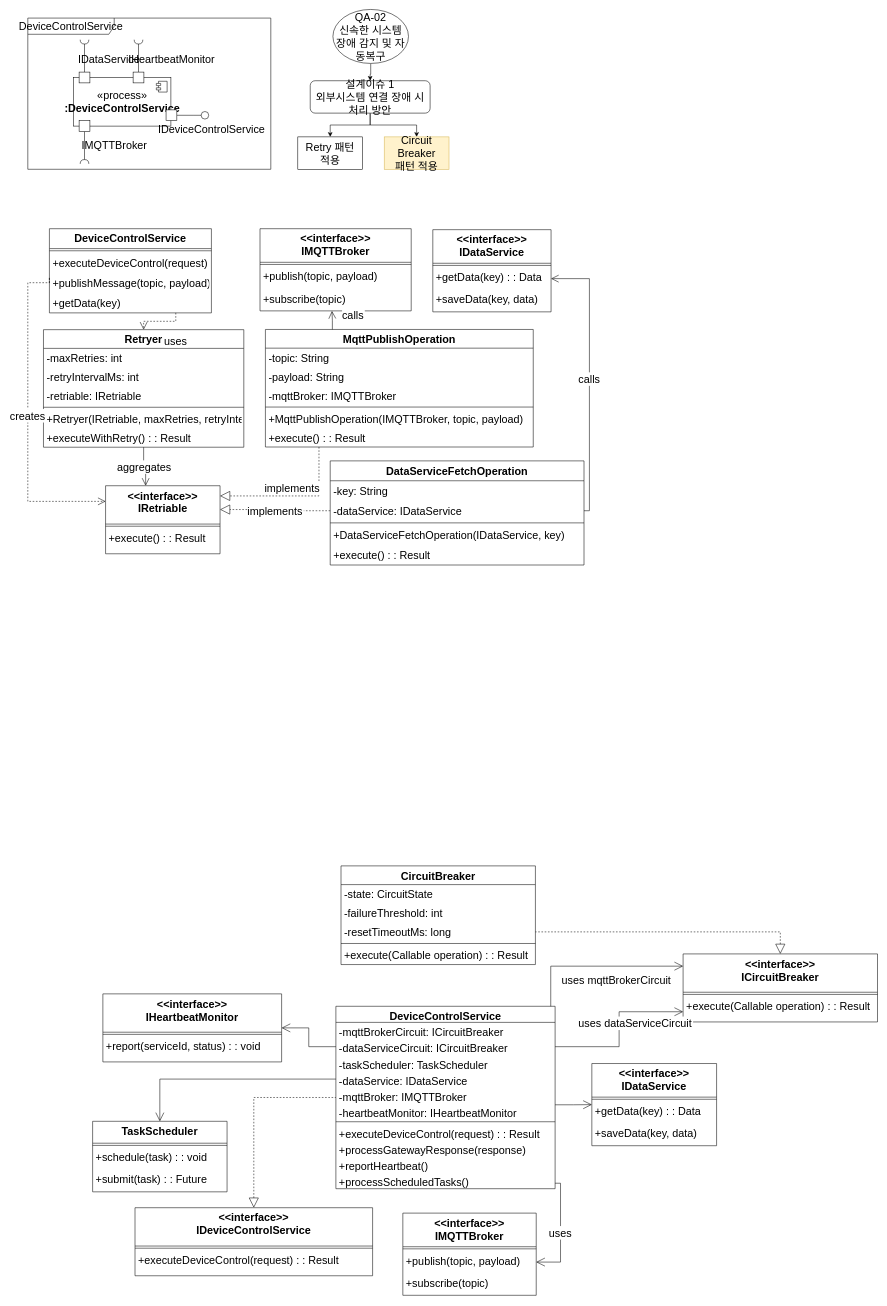
GeniusHoon/AssociateArchitect keeps this draw.io diagram as page "DeviceControlService" (3 of 5) of DetailedComponentDesign.drawio. Above is the earlier version. Source tidied: cells renumbered, new cells numbered last; positions are measured from the earlier drawing's top-left corner, leaving out a move shared by most shapes. Both pictures are drawn from the tidied source at 54%, with x=0, y=0 at pixel (28, 9).
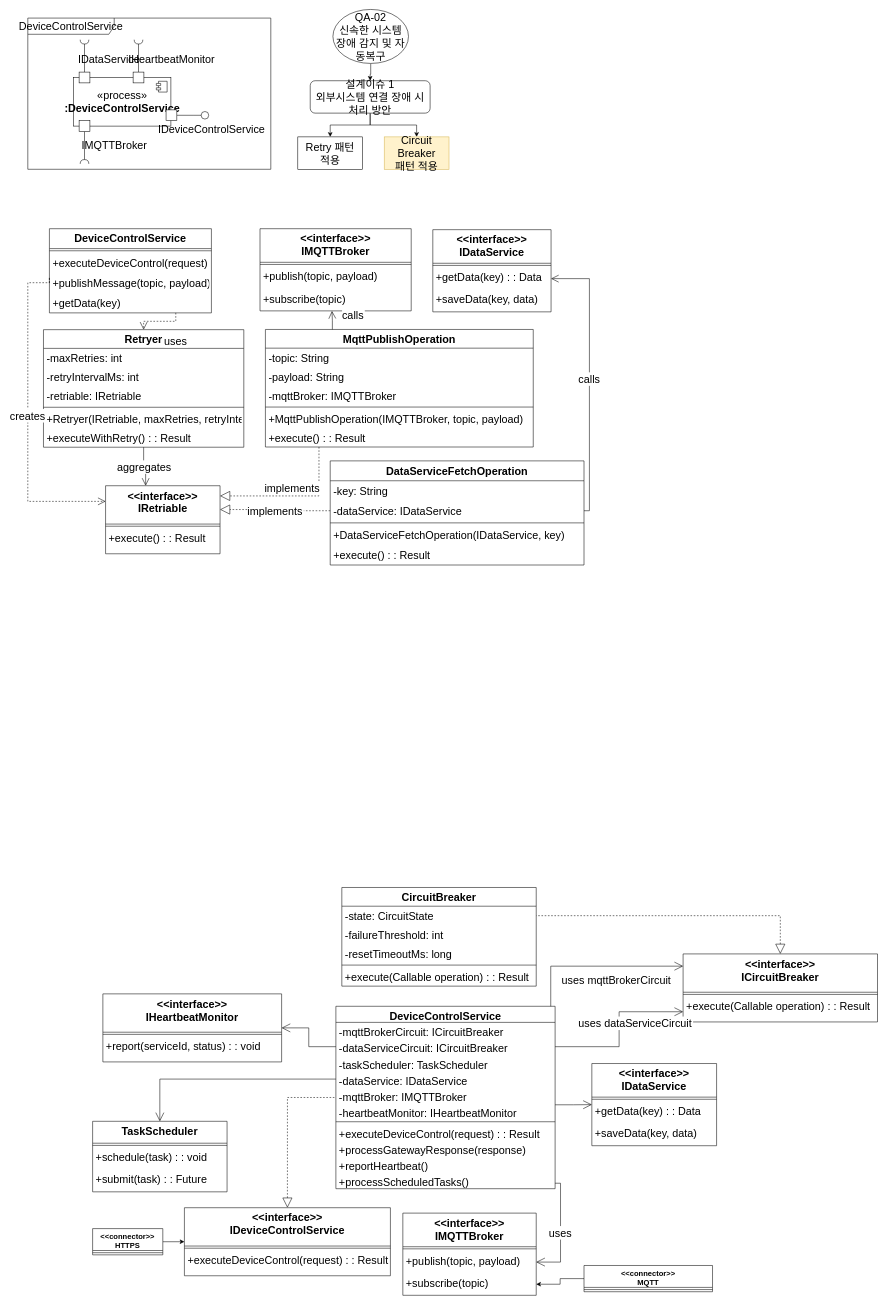
The same page after the edit.

Unchanged cells that the change refers to:
```xml
<mxCell id="88" value="-state: CircuitState" style="text;strokeColor=none;fillColor=none;align=left;verticalAlign=top;spacingLeft=4;spacingRight=4;overflow=hidden;points=[[0,0.5],[1,0.5]];portConstraint=eastwest;fontSize=20;" parent="87" vertex="1">
  <mxGeometry y="34.7" width="360" height="35" as="geometry" />
</mxCell>
<mxCell id="90" value="-resetTimeoutMs: long" style="text;strokeColor=none;fillColor=none;align=left;verticalAlign=top;spacingLeft=4;spacingRight=4;overflow=hidden;points=[[0,0.5],[1,0.5]];portConstraint=eastwest;fontSize=20;" parent="87" vertex="1">
  <mxGeometry y="104.7" width="360" height="35" as="geometry" />
</mxCell>
<mxCell id="96" value="&lt;&lt;interface&gt;&gt;&#10;ICircuitBreaker" style="swimlane;fontStyle=1;align=center;verticalAlign=top;horizontal=1;startSize=70.98722076416016;fontSize=20;" parent="1" vertex="1">
  <mxGeometry x="1213.5" y="1749" width="360" height="126" as="geometry" />
</mxCell>
<mxCell id="106" value="+subscribe(topic)" style="text;strokeColor=none;fillColor=none;align=left;verticalAlign=top;spacingLeft=4;spacingRight=4;overflow=hidden;points=[[0,0.5],[1,0.5]];portConstraint=eastwest;fontSize=20;" parent="103" vertex="1">
  <mxGeometry y="111.2" width="247" height="41" as="geometry" />
</mxCell>
```

What changed in the source:
```diff
@@
     <mxCell id="87" value="CircuitBreaker" style="swimlane;fontStyle=1;align=center;verticalAlign=top;horizontal=1;startSize=34.65814208984375;fontSize=20;" parent="1" vertex="1">
-      <mxGeometry x="580" y="1586" width="360" height="182.7" as="geometry" />
+      <mxGeometry x="581.5" y="1626" width="360" height="182.7" as="geometry" />
     </mxCell>
@@
     <mxCell id="93" value="&lt;&lt;interface&gt;&gt;&#10;IDeviceControlService" style="swimlane;fontStyle=1;align=center;verticalAlign=top;horizontal=1;startSize=70.98722076416016;fontSize=20;" parent="1" vertex="1">
-      <mxGeometry x="198.5" y="2219" width="440" height="126" as="geometry" />
+      <mxGeometry x="290" y="2219" width="381.5" height="126" as="geometry" />
     </mxCell>
     <mxCell id="94" style="line;strokeWidth=1;fillColor=none;align=left;verticalAlign=middle;spacingTop=-1;spacingLeft=3;spacingRight=3;labelPosition=right;strokeColor=inherit;fontSize=20;" parent="93" vertex="1">
-      <mxGeometry y="71" width="440" height="8" as="geometry" />
+      <mxGeometry y="71" width="381.5" height="8" as="geometry" />
     </mxCell>
     <mxCell id="95" value="+executeDeviceControl(request) : : Result" style="text;strokeColor=none;fillColor=none;align=left;verticalAlign=top;spacingLeft=4;spacingRight=4;overflow=hidden;fontSize=20;" parent="93" vertex="1">
-      <mxGeometry y="79" width="440" height="47" as="geometry" />
+      <mxGeometry y="79" width="381.5" height="47" as="geometry" />
     </mxCell>
@@
-    <mxCell id="117" style="dashed=1;startArrow=block;startSize=16;startFill=0;endArrow=none;exitX=0.5;exitY=0;entryX=1;entryY=0.5;rounded=0;edgeStyle=orthogonalEdgeStyle;fontSize=20;entryDx=0;entryDy=0;exitDx=0;exitDy=0;" parent="1" edge="1" source="96" target="90">
+    <mxCell id="117" style="dashed=1;startArrow=block;startSize=16;startFill=0;endArrow=none;exitX=0.5;exitY=0;entryX=1;entryY=0.5;rounded=0;edgeStyle=orthogonalEdgeStyle;fontSize=20;entryDx=0;entryDy=0;exitDx=0;exitDy=0;" parent="1" edge="1" source="96" target="88">
       <mxGeometry relative="1" as="geometry" />
     </mxCell>
+    <mxCell id="118" style="edgeStyle=orthogonalEdgeStyle;rounded=0;jettySize=auto;html=1;exitX=0;exitY=0.5;exitDx=0;exitDy=0;entryX=1;entryY=0.5;entryDx=0;entryDy=0;" parent="1" edge="1" source="119" target="106">
+      <mxGeometry relative="1" as="geometry" />
+    </mxCell>
+    <mxCell id="119" value="&lt;&lt;connector&gt;&gt;&#10;MQTT" style="swimlane;fontStyle=1;align=center;verticalAlign=top;horizontal=1;startSize=40.56412615094866;fontSize=14;" parent="1" vertex="1">
+      <mxGeometry x="1030" y="2326" width="238" height="48.6" as="geometry" />
+    </mxCell>
+    <mxCell id="120" style="line;strokeWidth=1;fillColor=none;align=left;verticalAlign=middle;spacingTop=-1;spacingLeft=3;spacingRight=3;labelPosition=right;strokeColor=inherit;fontSize=14;" parent="119" vertex="1">
+      <mxGeometry y="40.6" width="238" height="8" as="geometry" />
+    </mxCell>
+    <mxCell id="121" style="edgeStyle=orthogonalEdgeStyle;rounded=0;jettySize=auto;html=1;exitX=1;exitY=0.5;exitDx=0;exitDy=0;entryX=0;entryY=0.5;entryDx=0;entryDy=0;" parent="1" edge="1" source="122" target="93">
+      <mxGeometry relative="1" as="geometry" />
+    </mxCell>
+    <mxCell id="122" value="&lt;&lt;connector&gt;&gt;&#10;HTTPS" style="swimlane;fontStyle=1;align=center;verticalAlign=top;horizontal=1;startSize=40.56412615094866;fontSize=14;" parent="1" vertex="1">
+      <mxGeometry x="120" y="2257.7" width="130" height="48.6" as="geometry" />
+    </mxCell>
+    <mxCell id="123" style="line;strokeWidth=1;fillColor=none;align=left;verticalAlign=middle;spacingTop=-1;spacingLeft=3;spacingRight=3;labelPosition=right;strokeColor=inherit;fontSize=14;" parent="122" vertex="1">
+      <mxGeometry y="40.6" width="130" height="8" as="geometry" />
+    </mxCell>
```
